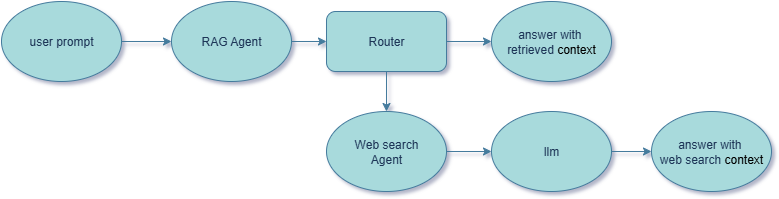
fgunestas/RAG_Project keeps this draw.io diagram as graph.png. Above is the earlier version. Source tidied: cells renumbered, new cells last; positions are measured from the earlier drawing's top-left corner, leaving out a move shared by most shapes.
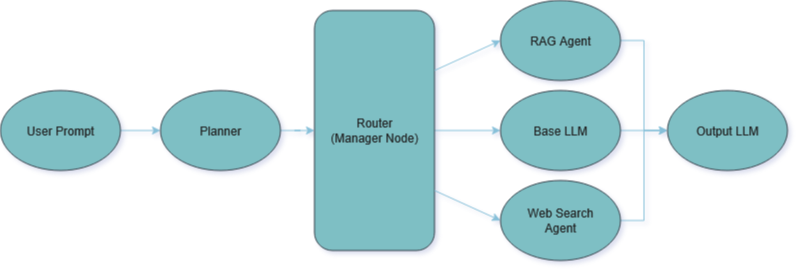
Above is the later version.

What changed in the source:
```diff
@@ -1,45 +1,51 @@
-<mxGraphModel background="light-dark(#171717,#AFC4FF)" shadow="1">
+<mxGraphModel>
   <root>
     <mxCell id="0" />
     <mxCell id="1" parent="0" />
-    <mxCell id="2" style="edgeStyle=orthogonalEdgeStyle;rounded=0;jettySize=auto;html=1;shadow=0;labelBackgroundColor=none;strokeColor=#457B9D;fontColor=default;" parent="1" edge="1" source="3" target="5">
-      <mxGeometry relative="1" as="geometry" />
-    </mxCell>
-    <mxCell id="3" value="user prompt" style="ellipse;whiteSpace=wrap;html=1;labelBackgroundColor=none;fillColor=#A8DADC;strokeColor=#457B9D;fontColor=#1D3557;" parent="1" vertex="1">
-      <mxGeometry width="120" height="80" as="geometry" />
-    </mxCell>
-    <mxCell id="4" style="edgeStyle=orthogonalEdgeStyle;rounded=0;jettySize=auto;html=1;labelBackgroundColor=none;strokeColor=#457B9D;fontColor=default;" parent="1" edge="1" source="5" target="8">
-      <mxGeometry relative="1" as="geometry" />
-    </mxCell>
+    <mxCell id="15" style="edgeStyle=orthogonalEdgeStyle;rounded=0;jettySize=auto;html=1;labelBackgroundColor=none;strokeColor=#0B4D6A;fontColor=default;" parent="1" edge="1" source="16" target="18">
+      <mxGeometry relative="1" as="geometry" />
+    </mxCell>
+    <mxCell id="16" value="User Prompt" style="ellipse;whiteSpace=wrap;html=1;fillColor=#09555B;strokeColor=#BAC8D3;labelBackgroundColor=none;fontColor=#EEEEEE;" parent="1" vertex="1">
+      <mxGeometry x="-330" y="90" width="120" height="80" as="geometry" />
+    </mxCell>
+    <mxCell id="17" style="edgeStyle=orthogonalEdgeStyle;rounded=0;jettySize=auto;html=1;labelBackgroundColor=none;strokeColor=#0B4D6A;fontColor=default;" parent="1" edge="1" source="18" target="20">
+      <mxGeometry relative="1" as="geometry" />
+    </mxCell>
+    <mxCell id="18" value="Planner" style="ellipse;whiteSpace=wrap;html=1;fillColor=#09555B;strokeColor=#BAC8D3;labelBackgroundColor=none;fontColor=#EEEEEE;" parent="1" vertex="1">
+      <mxGeometry x="-170" y="90" width="120" height="80" as="geometry" />
+    </mxCell>
+    <mxCell id="19" style="edgeStyle=orthogonalEdgeStyle;rounded=0;jettySize=auto;html=1;labelBackgroundColor=none;strokeColor=#0B4D6A;fontColor=default;" parent="1" edge="1" source="20" target="23">
+      <mxGeometry relative="1" as="geometry" />
+    </mxCell>
+    <mxCell id="20" value="&lt;div&gt;Router&lt;/div&gt;&lt;div&gt;(Manager Node)&lt;/div&gt;" style="rounded=1;whiteSpace=wrap;html=1;fillColor=#09555B;strokeColor=#BAC8D3;labelBackgroundColor=none;fontColor=#EEEEEE;" parent="1" vertex="1">
+      <mxGeometry x="-16" y="10" width="120" height="240" as="geometry" />
+    </mxCell>
+    <mxCell id="21" style="edgeStyle=orthogonalEdgeStyle;rounded=0;jettySize=auto;html=1;exitX=1;exitY=0.5;exitDx=0;exitDy=0;entryX=0;entryY=0.5;entryDx=0;entryDy=0;strokeColor=#0B4D6A;fontColor=default;labelBackgroundColor=none;" parent="1" edge="1" source="5" target="28">
+      <mxGeometry relative="1" as="geometry" />
+    </mxCell>
-    <mxCell id="5" value="RAG Agent" style="ellipse;whiteSpace=wrap;html=1;labelBackgroundColor=none;fillColor=#A8DADC;strokeColor=#457B9D;fontColor=#1D3557;" parent="1" vertex="1">
+    <mxCell id="5" value="RAG Agent" style="ellipse;whiteSpace=wrap;html=1;labelBackgroundColor=none;fillColor=#09555B;strokeColor=#BAC8D3;fontColor=#EEEEEE;" parent="1" vertex="1">
       <mxGeometry x="170" width="120" height="80" as="geometry" />
     </mxCell>
-    <mxCell id="6" style="edgeStyle=orthogonalEdgeStyle;rounded=0;jettySize=auto;html=1;labelBackgroundColor=none;strokeColor=#457B9D;fontColor=default;" parent="1" edge="1" source="8" target="10">
-      <mxGeometry relative="1" as="geometry" />
-    </mxCell>
-    <mxCell id="7" style="edgeStyle=orthogonalEdgeStyle;rounded=0;jettySize=auto;html=1;labelBackgroundColor=none;strokeColor=#457B9D;fontColor=default;" parent="1" edge="1" source="8" target="11">
-      <mxGeometry relative="1" as="geometry" />
-    </mxCell>
-    <mxCell id="8" value="&lt;div&gt;Router&lt;/div&gt;" style="rounded=1;whiteSpace=wrap;html=1;labelBackgroundColor=none;fillColor=#A8DADC;strokeColor=#457B9D;fontColor=#1D3557;" parent="1" vertex="1">
-      <mxGeometry x="325" y="10" width="120" height="60" as="geometry" />
-    </mxCell>
-    <mxCell id="9" style="edgeStyle=orthogonalEdgeStyle;rounded=0;jettySize=auto;html=1;labelBackgroundColor=none;strokeColor=#457B9D;fontColor=default;" parent="1" edge="1" source="10" target="13">
-      <mxGeometry relative="1" as="geometry" />
-    </mxCell>
-    <mxCell id="10" value="Web search&lt;div&gt;Agent&lt;/div&gt;" style="ellipse;whiteSpace=wrap;html=1;labelBackgroundColor=none;fillColor=#A8DADC;strokeColor=#457B9D;fontColor=#1D3557;" parent="1" vertex="1">
-      <mxGeometry x="325" y="110" width="120" height="80" as="geometry" />
-    </mxCell>
-    <mxCell id="11" value="answer with&amp;nbsp;&lt;div&gt;retrieved&amp;nbsp;&lt;span style=&quot;background-color: transparent; color: light-dark(rgb(0, 0, 0), rgb(255, 255, 255));&quot;&gt;context&lt;/span&gt;&lt;/div&gt;" style="ellipse;whiteSpace=wrap;html=1;labelBackgroundColor=none;fillColor=#A8DADC;strokeColor=#457B9D;fontColor=#1D3557;" parent="1" vertex="1">
-      <mxGeometry x="490" width="120" height="80" as="geometry" />
-    </mxCell>
-    <mxCell id="12" style="edgeStyle=orthogonalEdgeStyle;rounded=0;jettySize=auto;html=1;labelBackgroundColor=none;strokeColor=#457B9D;fontColor=default;" parent="1" edge="1" source="13" target="14">
-      <mxGeometry relative="1" as="geometry" />
-    </mxCell>
-    <mxCell id="13" value="llm" style="ellipse;whiteSpace=wrap;html=1;labelBackgroundColor=none;fillColor=#A8DADC;strokeColor=#457B9D;fontColor=#1D3557;" parent="1" vertex="1">
-      <mxGeometry x="490" y="110" width="120" height="80" as="geometry" />
-    </mxCell>
-    <mxCell id="14" value="answer with&amp;nbsp;&lt;div&gt;web search&amp;nbsp;&lt;span style=&quot;background-color: transparent; color: light-dark(rgb(0, 0, 0), rgb(255, 255, 255));&quot;&gt;context&lt;/span&gt;&lt;/div&gt;" style="ellipse;whiteSpace=wrap;html=1;labelBackgroundColor=none;fillColor=#A8DADC;strokeColor=#457B9D;fontColor=#1D3557;" parent="1" vertex="1">
-      <mxGeometry x="650" y="110" width="120" height="80" as="geometry" />
-    </mxCell>
+    <mxCell id="22" style="edgeStyle=orthogonalEdgeStyle;rounded=0;jettySize=auto;html=1;strokeColor=#0B4D6A;fontColor=default;labelBackgroundColor=none;" parent="1" edge="1" source="23" target="28">
+      <mxGeometry relative="1" as="geometry" />
+    </mxCell>
+    <mxCell id="23" value="Base LLM" style="ellipse;whiteSpace=wrap;html=1;labelBackgroundColor=none;fillColor=#09555B;strokeColor=#BAC8D3;fontColor=#EEEEEE;" parent="1" vertex="1">
+      <mxGeometry x="170" y="90" width="120" height="80" as="geometry" />
+    </mxCell>
+    <mxCell id="24" style="edgeStyle=orthogonalEdgeStyle;rounded=0;jettySize=auto;html=1;entryX=0;entryY=0.5;entryDx=0;entryDy=0;strokeColor=#0B4D6A;fontColor=default;labelBackgroundColor=none;" parent="1" edge="1" source="25" target="28">
+      <mxGeometry relative="1" as="geometry" />
+    </mxCell>
+    <mxCell id="25" value="&lt;div&gt;Web Search&lt;/div&gt;&lt;div&gt;Agent&lt;/div&gt;" style="ellipse;whiteSpace=wrap;html=1;labelBackgroundColor=none;fillColor=#09555B;strokeColor=#BAC8D3;fontColor=#EEEEEE;" parent="1" vertex="1">
+      <mxGeometry x="170" y="180" width="120" height="80" as="geometry" />
+    </mxCell>
+    <mxCell id="26" style="endArrow=classic;html=1;rounded=0;exitX=1;exitY=0.25;exitDx=0;exitDy=0;entryX=0;entryY=0.5;entryDx=0;entryDy=0;labelBackgroundColor=none;strokeColor=#0B4D6A;fontColor=default;" parent="1" edge="1" source="20" target="5">
+      <mxGeometry relative="1" as="geometry" />
+    </mxCell>
+    <mxCell id="27" style="endArrow=classic;html=1;rounded=0;exitX=1;exitY=0.75;exitDx=0;exitDy=0;entryX=0;entryY=0.5;entryDx=0;entryDy=0;labelBackgroundColor=none;strokeColor=#0B4D6A;fontColor=default;" parent="1" edge="1" source="20" target="25">
+      <mxGeometry relative="1" as="geometry" />
+    </mxCell>
+    <mxCell id="28" value="Output LLM" style="ellipse;whiteSpace=wrap;html=1;strokeColor=#BAC8D3;fontColor=#EEEEEE;fillColor=#09555B;labelBackgroundColor=none;" parent="1" vertex="1">
+      <mxGeometry x="337" y="90" width="120" height="80" as="geometry" />
+    </mxCell>
   </root>
 </mxGraphModel>
```
